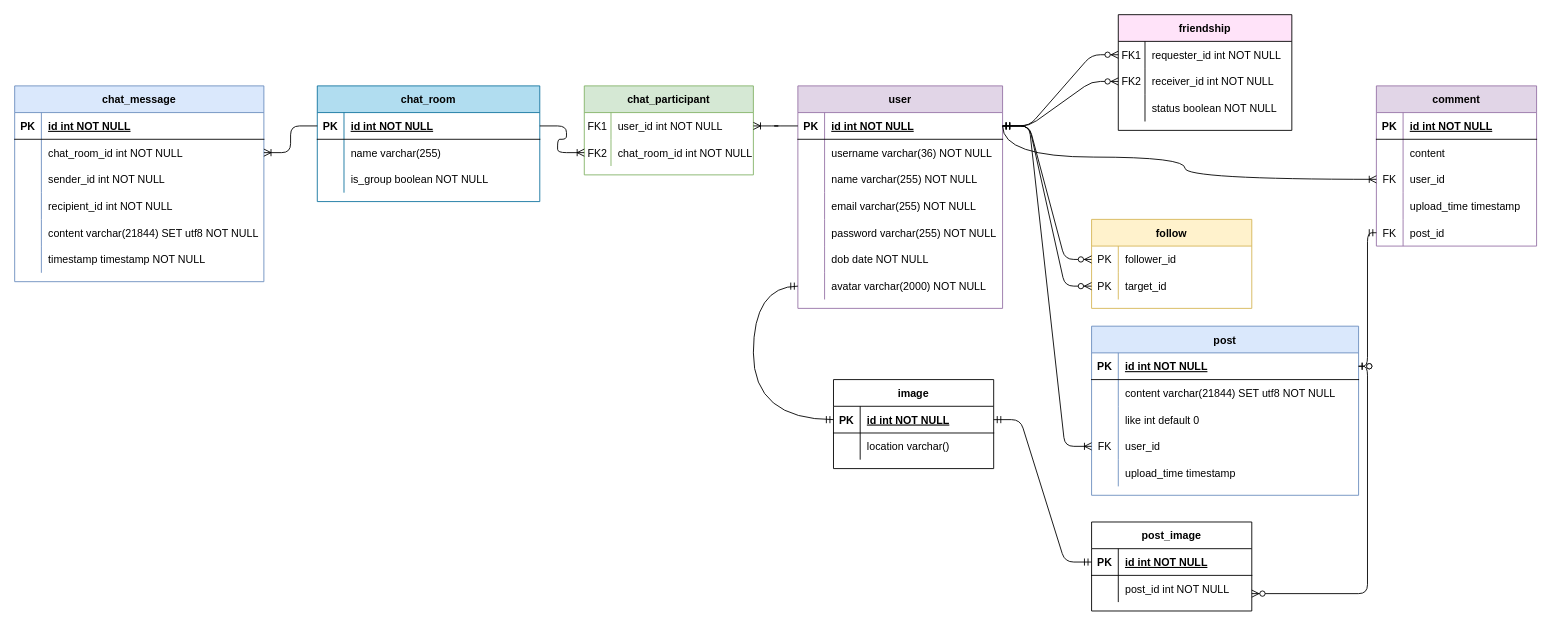
Earlier version of the draw.io diagram fakebook.drawio (hoangvu03081/Fakebook). Source tidied: cells renumbered, new cells numbered last; positions are measured from the earlier drawing's top-left corner, leaving out a move shared by most shapes. Both pictures are drawn from the tidied source at 89%, with x=0, y=0 at pixel (14, 14).
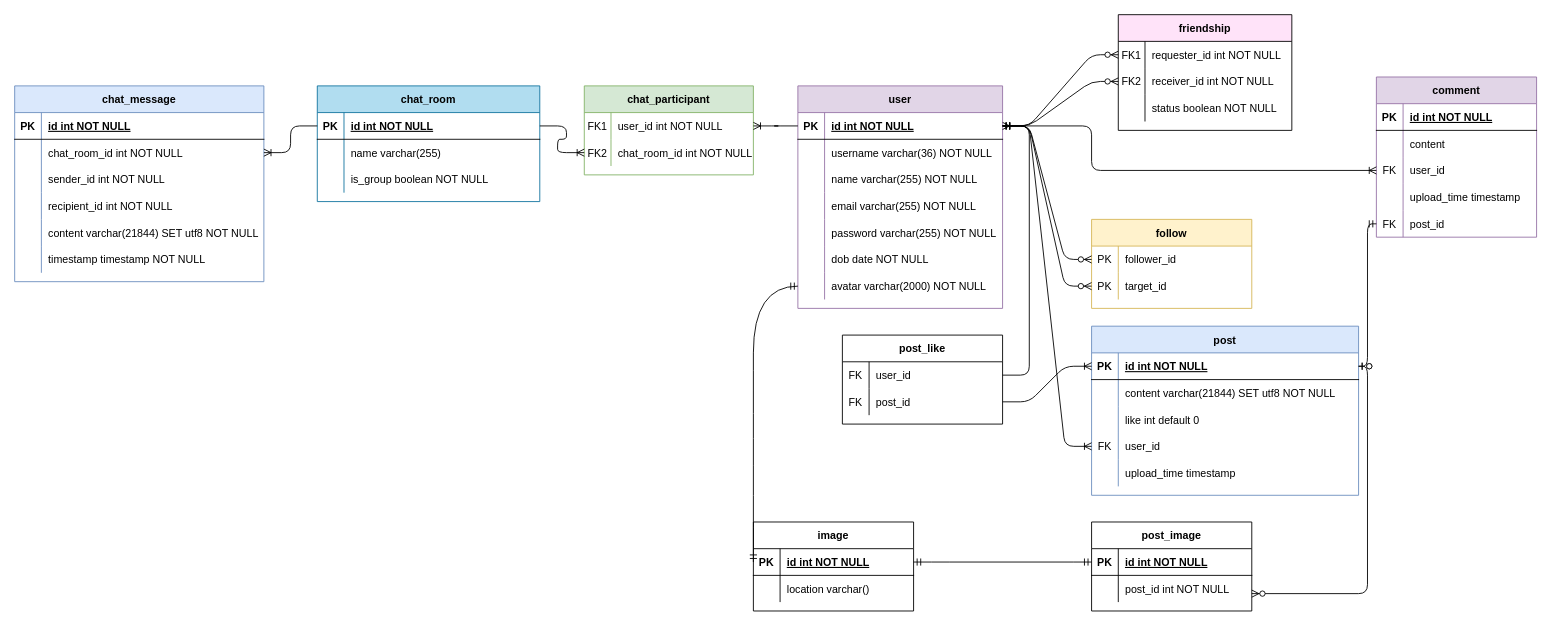
After the change.

Unchanged cells that the change refers to:
```xml
<mxCell id="39" style="shape=partialRectangle;fillColor=none;top=0;left=0;bottom=1;right=0;points=[[0,0.5],[1,0.5]];portConstraint=eastwest;" parent="38" vertex="1">
  <mxGeometry y="30" width="230" height="30" as="geometry" />
</mxCell>
<mxCell id="76" style="shape=partialRectangle;fillColor=none;top=0;left=0;bottom=1;right=0;points=[[0,0.5],[1,0.5]];portConstraint=eastwest;" parent="75" vertex="1">
  <mxGeometry y="30" width="300" height="30" as="geometry" />
</mxCell>
<mxCell id="125" style="shape=partialRectangle;fillColor=none;top=0;left=0;bottom=0;right=0;points=[[0,0.5],[1,0.5]];portConstraint=eastwest;" parent="118" vertex="1">
  <mxGeometry y="90" width="180" height="30" as="geometry" />
</mxCell>
```

Change to the diagram source:
```diff
@@
     <mxCell id="108" value="image" style="shape=table;startSize=30;childLayout=tableLayout;rowLines=0;fontStyle=1;align=center;" parent="1" vertex="1">
-      <mxGeometry x="920" y="410" width="180" height="100" as="geometry" />
+      <mxGeometry x="830" y="570" width="180" height="100" as="geometry" />
     </mxCell>
@@
     <mxCell id="118" value="comment" style="shape=table;startSize=30;childLayout=tableLayout;rowLines=0;fontStyle=1;align=center;fillColor=#e1d5e7;strokeColor=#9673a6;" parent="1" vertex="1">
-      <mxGeometry x="1530" y="80" width="180" height="180" as="geometry" />
+      <mxGeometry x="1530" y="70" width="180" height="180" as="geometry" />
     </mxCell>
@@
-    <mxCell id="135" style="edgeStyle=orthogonalEdgeStyle;fontSize=12;html=1;endArrow=ERoneToMany;entryX=0;entryY=0.5;entryDx=0;entryDy=0;exitX=1;exitY=0.5;exitDx=0;exitDy=0;curved=1;" parent="1" edge="1" source="39" target="125">
+    <mxCell id="135" style="edgeStyle=orthogonalEdgeStyle;fontSize=12;html=1;endArrow=ERoneToMany;entryX=0;entryY=0.5;entryDx=0;entryDy=0;exitX=1;exitY=0.5;exitDx=0;exitDy=0;" parent="1" edge="1" source="39" target="125">
       <mxGeometry relative="1" as="geometry">
         <Array as="points">
-          <mxPoint x="1110" y="160" />
-          <mxPoint x="1315" y="160" />
-          <mxPoint x="1315" y="185" />
+          <mxPoint x="1210" y="125" />
+          <mxPoint x="1210" y="175" />
         </Array>
       </mxGeometry>
     </mxCell>
+    <mxCell id="136" value="post_like" style="shape=table;startSize=30;childLayout=tableLayout;rowLines=0;fontStyle=1;align=center;" parent="1" vertex="1">
+      <mxGeometry x="930" y="360" width="180" height="100" as="geometry" />
+    </mxCell>
+    <mxCell id="137" style="shape=partialRectangle;fillColor=none;top=0;left=0;bottom=0;right=0;points=[[0,0.5],[1,0.5]];portConstraint=eastwest;" parent="136" vertex="1">
+      <mxGeometry y="30" width="180" height="30" as="geometry" />
+    </mxCell>
+    <mxCell id="138" value="FK" style="shape=partialRectangle;fillColor=none;top=0;left=0;bottom=0;right=0;overflow=hidden;" parent="137" vertex="1">
+      <mxGeometry width="30" height="30" as="geometry" />
+    </mxCell>
+    <mxCell id="139" value="user_id" style="shape=partialRectangle;fillColor=none;top=0;left=0;bottom=0;right=0;align=left;spacingLeft=6;overflow=hidden;" parent="137" vertex="1">
+      <mxGeometry x="30" width="150" height="30" as="geometry" />
+    </mxCell>
+    <mxCell id="140" style="shape=partialRectangle;fillColor=none;top=0;left=0;bottom=0;right=0;points=[[0,0.5],[1,0.5]];portConstraint=eastwest;" parent="136" vertex="1">
+      <mxGeometry y="60" width="180" height="30" as="geometry" />
+    </mxCell>
+    <mxCell id="141" value="FK" style="shape=partialRectangle;fillColor=none;top=0;left=0;bottom=0;right=0;overflow=hidden;" parent="140" vertex="1">
+      <mxGeometry width="30" height="30" as="geometry" />
+    </mxCell>
+    <mxCell id="142" value="post_id" style="shape=partialRectangle;fillColor=none;top=0;left=0;bottom=0;right=0;align=left;spacingLeft=6;overflow=hidden;" parent="140" vertex="1">
+      <mxGeometry x="30" width="150" height="30" as="geometry" />
+    </mxCell>
+    <mxCell id="143" style="edgeStyle=entityRelationEdgeStyle;fontSize=12;html=1;endArrow=ERoneToMany;exitX=1;exitY=0.5;exitDx=0;exitDy=0;entryX=1;entryY=0.5;entryDx=0;entryDy=0;" parent="1" edge="1" source="137" target="39">
+      <mxGeometry relative="1" as="geometry" />
+    </mxCell>
+    <mxCell id="144" style="edgeStyle=entityRelationEdgeStyle;fontSize=12;html=1;endArrow=ERoneToMany;entryX=0;entryY=0.5;entryDx=0;entryDy=0;exitX=1;exitY=0.5;exitDx=0;exitDy=0;" parent="1" edge="1" source="140" target="76">
+      <mxGeometry relative="1" as="geometry" />
+    </mxCell>
```
